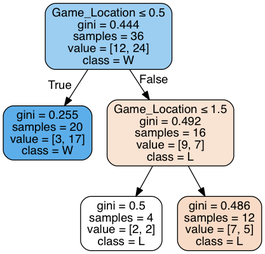
Above: temp.png in prathusb/Data_Science_Project (Graphviz), before the change. Its source is kept beside it as temp.dot. Its diagram source:
```dot
digraph Tree {
node [shape=box, style="filled, rounded", color="black", fontname=helvetica] ;
edge [fontname=helvetica] ;
0 [label=<Game_Location &le; 0.5<br/>gini = 0.444<br/>samples = 36<br/>value = [12, 24]<br/>class = W>, fillcolor="#399de57f"] ;
1 [label=<gini = 0.255<br/>samples = 20<br/>value = [3, 17]<br/>class = W>, fillcolor="#399de5d2"] ;
0 -> 1 [labeldistance=2.5, labelangle=45, headlabel="True"] ;
2 [label=<Game_Location &le; 1.5<br/>gini = 0.492<br/>samples = 16<br/>value = [9, 7]<br/>class = L>, fillcolor="#e5813939"] ;
0 -> 2 [labeldistance=2.5, labelangle=-45, headlabel="False"] ;
3 [label=<gini = 0.5<br/>samples = 4<br/>value = [2, 2]<br/>class = L>, fillcolor="#e5813900"] ;
2 -> 3 ;
4 [label=<gini = 0.486<br/>samples = 12<br/>value = [7, 5]<br/>class = L>, fillcolor="#e5813949"] ;
2 -> 4 ;
}
```
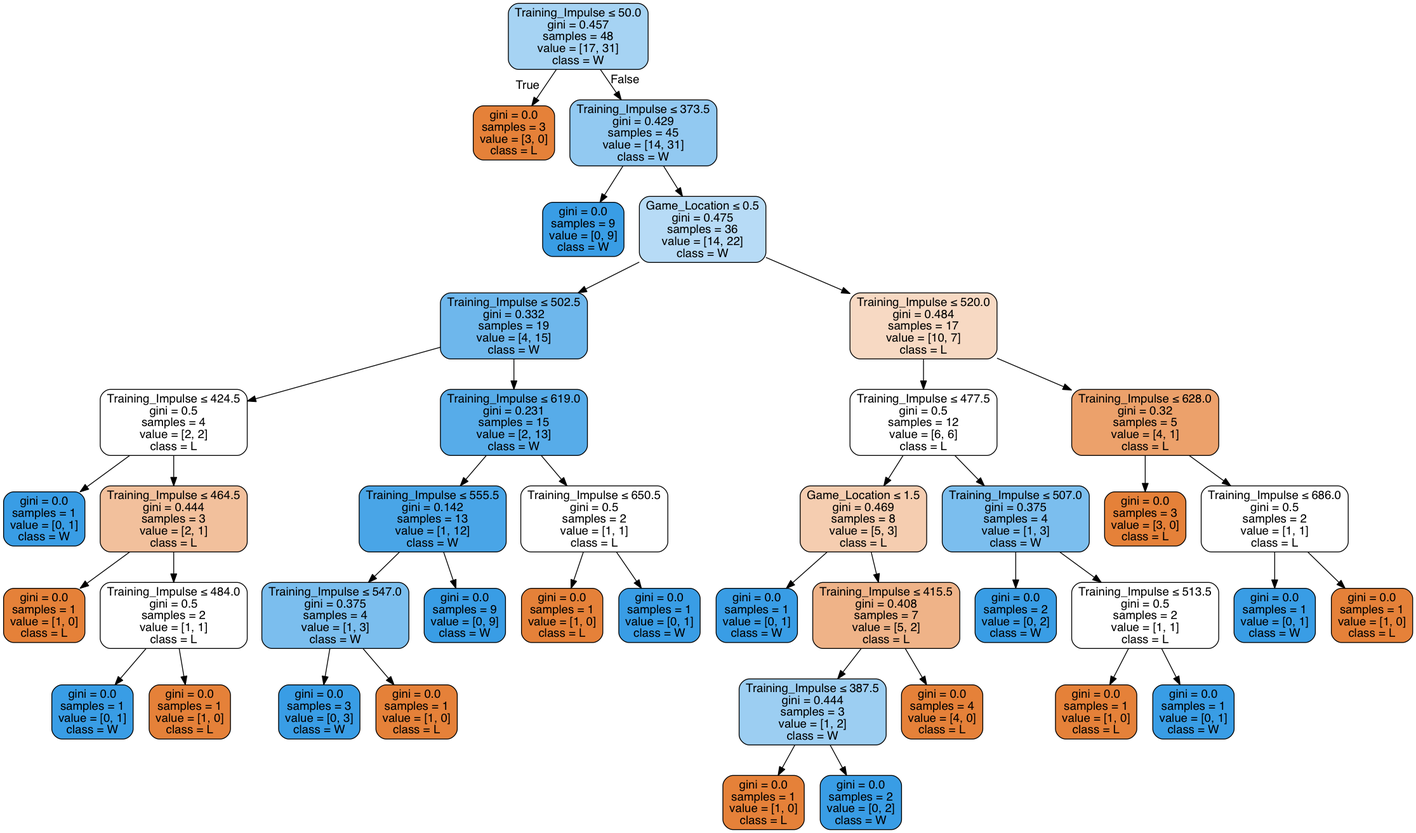
Above is the later version.

What changed in the source:
```diff
@@ -1,13 +1,85 @@
 digraph Tree {
 node [shape=box, style="filled, rounded", color="black", fontname=helvetica] ;
 edge [fontname=helvetica] ;
-0 [label=<Game_Location &le; 0.5<br/>gini = 0.444<br/>samples = 36<br/>value = [12, 24]<br/>class = W>, fillcolor="#399de57f"] ;
-1 [label=<gini = 0.255<br/>samples = 20<br/>value = [3, 17]<br/>class = W>, fillcolor="#399de5d2"] ;
+0 [label=<Training_Impulse &le; 50.0<br/>gini = 0.457<br/>samples = 48<br/>value = [17, 31]<br/>class = W>, fillcolor="#399de573"] ;
+1 [label=<gini = 0.0<br/>samples = 3<br/>value = [3, 0]<br/>class = L>, fillcolor="#e58139ff"] ;
 0 -> 1 [labeldistance=2.5, labelangle=45, headlabel="True"] ;
-2 [label=<Game_Location &le; 1.5<br/>gini = 0.492<br/>samples = 16<br/>value = [9, 7]<br/>class = L>, fillcolor="#e5813939"] ;
+2 [label=<Training_Impulse &le; 373.5<br/>gini = 0.429<br/>samples = 45<br/>value = [14, 31]<br/>class = W>, fillcolor="#399de58c"] ;
 0 -> 2 [labeldistance=2.5, labelangle=-45, headlabel="False"] ;
-3 [label=<gini = 0.5<br/>samples = 4<br/>value = [2, 2]<br/>class = L>, fillcolor="#e5813900"] ;
+3 [label=<gini = 0.0<br/>samples = 9<br/>value = [0, 9]<br/>class = W>, fillcolor="#399de5ff"] ;
 2 -> 3 ;
-4 [label=<gini = 0.486<br/>samples = 12<br/>value = [7, 5]<br/>class = L>, fillcolor="#e5813949"] ;
+4 [label=<Game_Location &le; 0.5<br/>gini = 0.475<br/>samples = 36<br/>value = [14, 22]<br/>class = W>, fillcolor="#399de55d"] ;
 2 -> 4 ;
+5 [label=<Training_Impulse &le; 502.5<br/>gini = 0.332<br/>samples = 19<br/>value = [4, 15]<br/>class = W>, fillcolor="#399de5bb"] ;
+4 -> 5 ;
+6 [label=<Training_Impulse &le; 424.5<br/>gini = 0.5<br/>samples = 4<br/>value = [2, 2]<br/>class = L>, fillcolor="#e5813900"] ;
+5 -> 6 ;
+7 [label=<gini = 0.0<br/>samples = 1<br/>value = [0, 1]<br/>class = W>, fillcolor="#399de5ff"] ;
+6 -> 7 ;
+8 [label=<Training_Impulse &le; 464.5<br/>gini = 0.444<br/>samples = 3<br/>value = [2, 1]<br/>class = L>, fillcolor="#e581397f"] ;
+6 -> 8 ;
+9 [label=<gini = 0.0<br/>samples = 1<br/>value = [1, 0]<br/>class = L>, fillcolor="#e58139ff"] ;
+8 -> 9 ;
+10 [label=<Training_Impulse &le; 484.0<br/>gini = 0.5<br/>samples = 2<br/>value = [1, 1]<br/>class = L>, fillcolor="#e5813900"] ;
+8 -> 10 ;
+11 [label=<gini = 0.0<br/>samples = 1<br/>value = [0, 1]<br/>class = W>, fillcolor="#399de5ff"] ;
+10 -> 11 ;
+12 [label=<gini = 0.0<br/>samples = 1<br/>value = [1, 0]<br/>class = L>, fillcolor="#e58139ff"] ;
+10 -> 12 ;
+13 [label=<Training_Impulse &le; 619.0<br/>gini = 0.231<br/>samples = 15<br/>value = [2, 13]<br/>class = W>, fillcolor="#399de5d8"] ;
+5 -> 13 ;
+14 [label=<Training_Impulse &le; 555.5<br/>gini = 0.142<br/>samples = 13<br/>value = [1, 12]<br/>class = W>, fillcolor="#399de5ea"] ;
+13 -> 14 ;
+15 [label=<Training_Impulse &le; 547.0<br/>gini = 0.375<br/>samples = 4<br/>value = [1, 3]<br/>class = W>, fillcolor="#399de5aa"] ;
+14 -> 15 ;
+16 [label=<gini = 0.0<br/>samples = 3<br/>value = [0, 3]<br/>class = W>, fillcolor="#399de5ff"] ;
+15 -> 16 ;
+17 [label=<gini = 0.0<br/>samples = 1<br/>value = [1, 0]<br/>class = L>, fillcolor="#e58139ff"] ;
+15 -> 17 ;
+18 [label=<gini = 0.0<br/>samples = 9<br/>value = [0, 9]<br/>class = W>, fillcolor="#399de5ff"] ;
+14 -> 18 ;
+19 [label=<Training_Impulse &le; 650.5<br/>gini = 0.5<br/>samples = 2<br/>value = [1, 1]<br/>class = L>, fillcolor="#e5813900"] ;
+13 -> 19 ;
+20 [label=<gini = 0.0<br/>samples = 1<br/>value = [1, 0]<br/>class = L>, fillcolor="#e58139ff"] ;
+19 -> 20 ;
+21 [label=<gini = 0.0<br/>samples = 1<br/>value = [0, 1]<br/>class = W>, fillcolor="#399de5ff"] ;
+19 -> 21 ;
+22 [label=<Training_Impulse &le; 520.0<br/>gini = 0.484<br/>samples = 17<br/>value = [10, 7]<br/>class = L>, fillcolor="#e581394d"] ;
+4 -> 22 ;
+23 [label=<Training_Impulse &le; 477.5<br/>gini = 0.5<br/>samples = 12<br/>value = [6, 6]<br/>class = L>, fillcolor="#e5813900"] ;
+22 -> 23 ;
+24 [label=<Game_Location &le; 1.5<br/>gini = 0.469<br/>samples = 8<br/>value = [5, 3]<br/>class = L>, fillcolor="#e5813966"] ;
+23 -> 24 ;
+25 [label=<gini = 0.0<br/>samples = 1<br/>value = [0, 1]<br/>class = W>, fillcolor="#399de5ff"] ;
+24 -> 25 ;
+26 [label=<Training_Impulse &le; 415.5<br/>gini = 0.408<br/>samples = 7<br/>value = [5, 2]<br/>class = L>, fillcolor="#e5813999"] ;
+24 -> 26 ;
+27 [label=<Training_Impulse &le; 387.5<br/>gini = 0.444<br/>samples = 3<br/>value = [1, 2]<br/>class = W>, fillcolor="#399de57f"] ;
+26 -> 27 ;
+28 [label=<gini = 0.0<br/>samples = 1<br/>value = [1, 0]<br/>class = L>, fillcolor="#e58139ff"] ;
+27 -> 28 ;
+29 [label=<gini = 0.0<br/>samples = 2<br/>value = [0, 2]<br/>class = W>, fillcolor="#399de5ff"] ;
+27 -> 29 ;
+30 [label=<gini = 0.0<br/>samples = 4<br/>value = [4, 0]<br/>class = L>, fillcolor="#e58139ff"] ;
+26 -> 30 ;
+31 [label=<Training_Impulse &le; 507.0<br/>gini = 0.375<br/>samples = 4<br/>value = [1, 3]<br/>class = W>, fillcolor="#399de5aa"] ;
+23 -> 31 ;
+32 [label=<gini = 0.0<br/>samples = 2<br/>value = [0, 2]<br/>class = W>, fillcolor="#399de5ff"] ;
+31 -> 32 ;
+33 [label=<Training_Impulse &le; 513.5<br/>gini = 0.5<br/>samples = 2<br/>value = [1, 1]<br/>class = L>, fillcolor="#e5813900"] ;
+31 -> 33 ;
+34 [label=<gini = 0.0<br/>samples = 1<br/>value = [1, 0]<br/>class = L>, fillcolor="#e58139ff"] ;
+33 -> 34 ;
+35 [label=<gini = 0.0<br/>samples = 1<br/>value = [0, 1]<br/>class = W>, fillcolor="#399de5ff"] ;
+33 -> 35 ;
+36 [label=<Training_Impulse &le; 628.0<br/>gini = 0.32<br/>samples = 5<br/>value = [4, 1]<br/>class = L>, fillcolor="#e58139bf"] ;
+22 -> 36 ;
+37 [label=<gini = 0.0<br/>samples = 3<br/>value = [3, 0]<br/>class = L>, fillcolor="#e58139ff"] ;
+36 -> 37 ;
+38 [label=<Training_Impulse &le; 686.0<br/>gini = 0.5<br/>samples = 2<br/>value = [1, 1]<br/>class = L>, fillcolor="#e5813900"] ;
+36 -> 38 ;
+39 [label=<gini = 0.0<br/>samples = 1<br/>value = [0, 1]<br/>class = W>, fillcolor="#399de5ff"] ;
+38 -> 39 ;
+40 [label=<gini = 0.0<br/>samples = 1<br/>value = [1, 0]<br/>class = L>, fillcolor="#e58139ff"] ;
+38 -> 40 ;
 }
```
